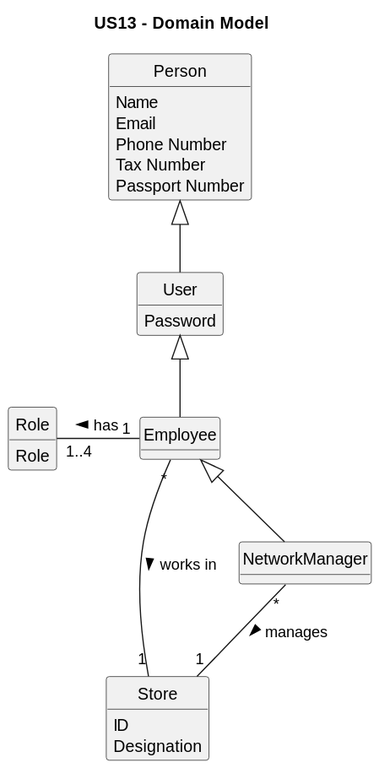
The PlantUML diagram docs/sprintD/US13/02.analysis/svg/us13-domain-model.svg in PureNimble/ISEP-LAPR2, before a commit.
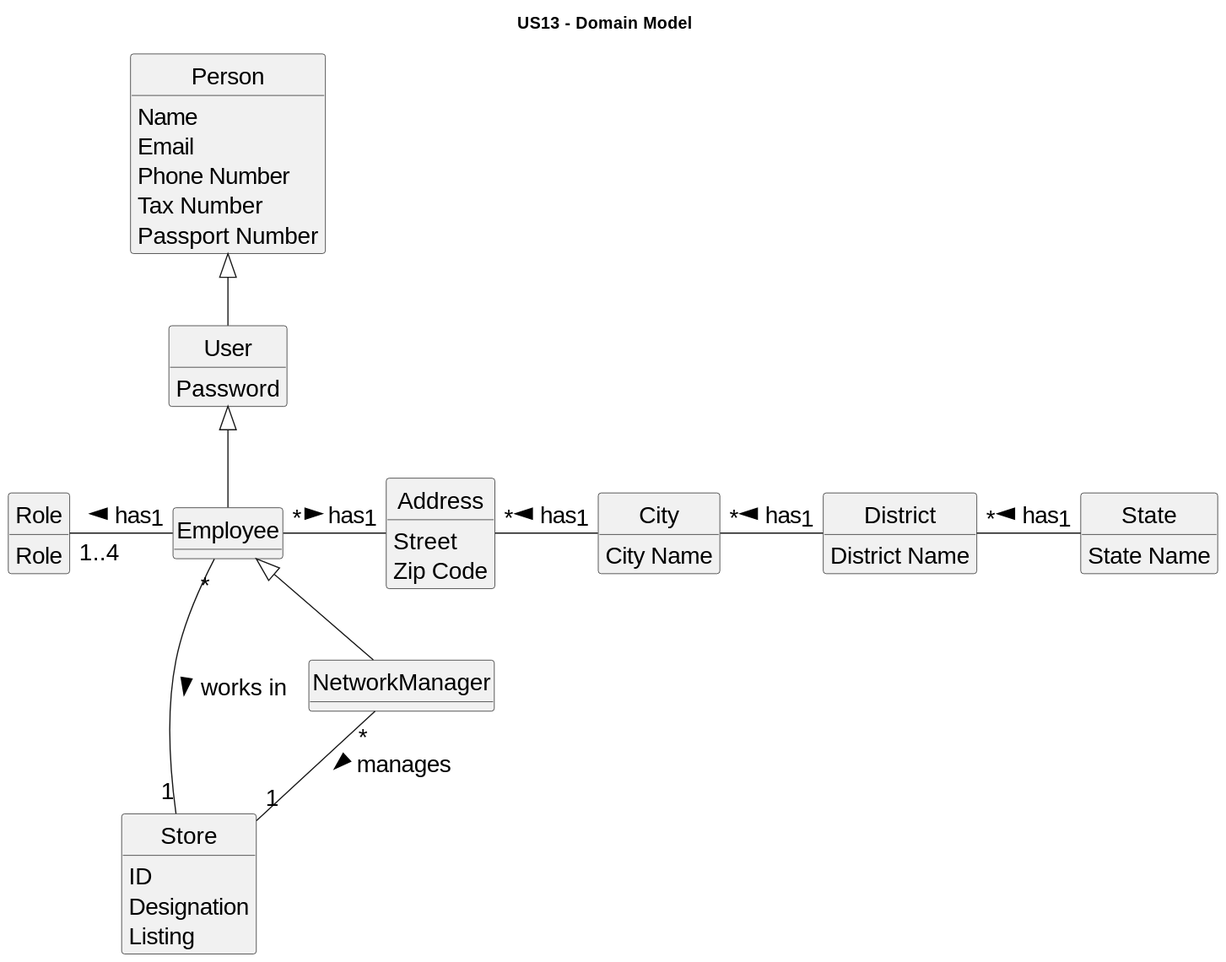
The same diagram one commit later.

The edit, as a diff of the source:
```diff
@@ -1,4 +1,5 @@
 @startuml
+skinparamlocked defaultFontSize 20
 
 title US13 - Domain Model
 
@@ -30,9 +31,27 @@
 
 }
 
+class Address {
+    Street
+    Zip Code
+}
+
+class State {
+    State Name
+}
+
+class District {
+    District Name
+}
+
+class City {
+    City Name
+}
+
 class Store {
     ID
     Designation
+    Listing
 }
 
 class Role {
@@ -46,5 +65,8 @@
 Employee "*" -left- "1" Store : works in >
 NetworkManager "*" -- "1" Store : manages >
 Employee "1" -left- "1..4" Role : has >
-
+Employee "*" -right- "1" Address : has >
+District "1" -left- "*" City : has >
+State "1" -left- "*" District : has >
+City "1" -left- "*" Address : has >
 @enduml
```
